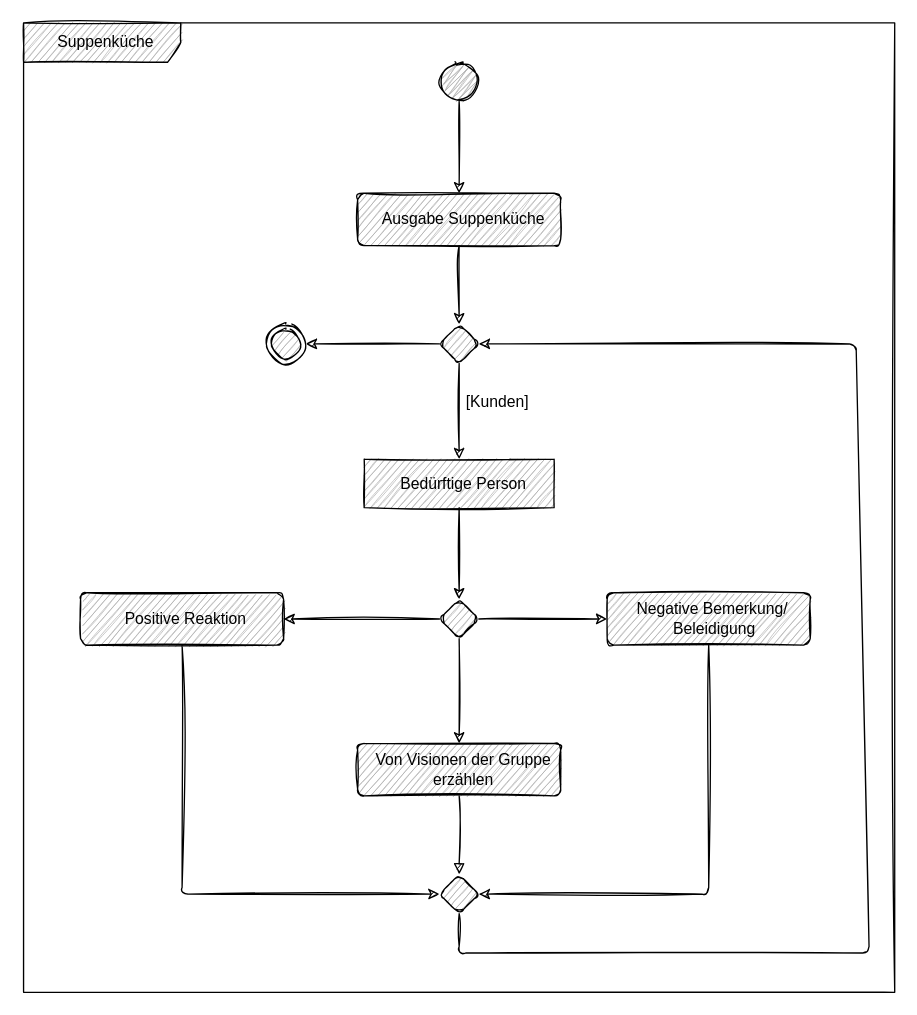
The draw.io diagram page "Task - Suppenküche" (5 of 10) of doc/game design/Basic-Gameplay.drawio in qogoist/rise_of_ravens, before the edit. Source tidied: cells renumbered, new cells numbered last; positions are measured from the earlier drawing's top-left corner, leaving out a move shared by most shapes. Both pictures are drawn from the tidied source at 131%, with x=0, y=0 at pixel (22, 22).
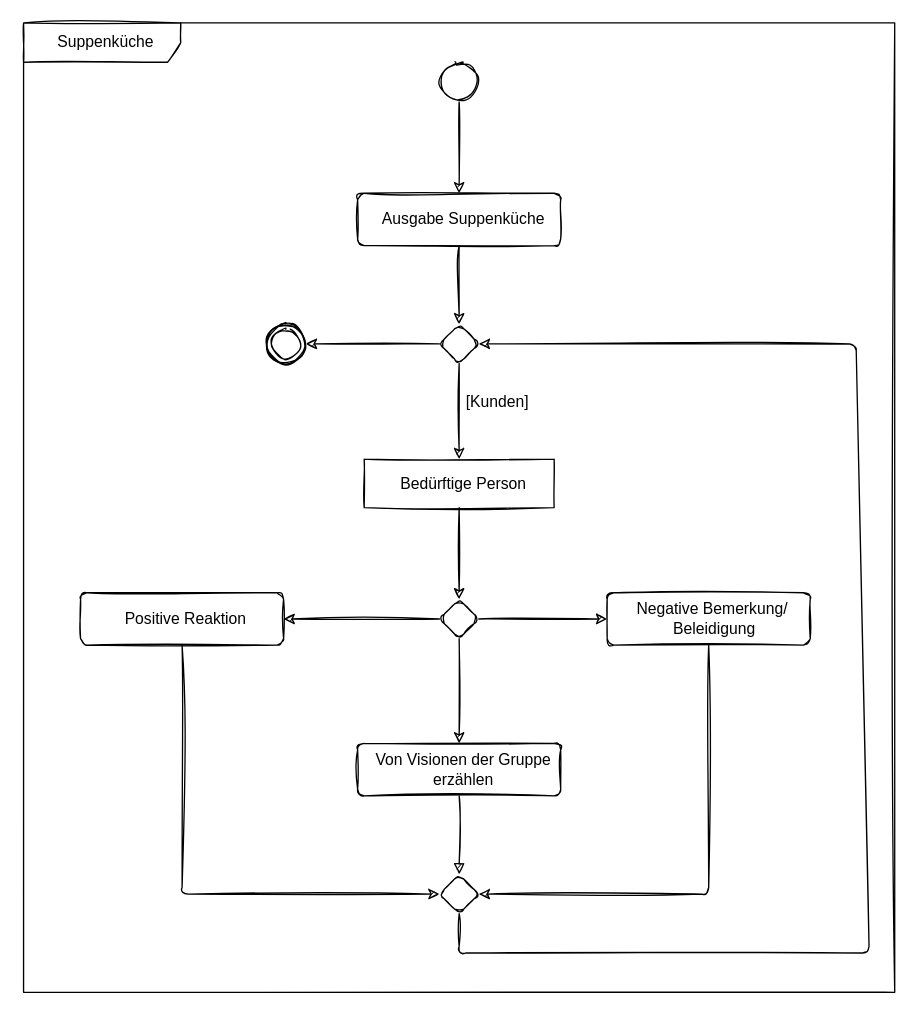
After the change.

Diff of the diagram source:
```diff
@@
-    <mxCell id="2" value="Suppenküche" style="shape=umlFrame;whiteSpace=wrap;html=1;width=120;height=30;boundedLbl=1;verticalAlign=middle;align=center;spacingLeft=5;fillColor=#ABABAB;sketch=1;shadow=0;rounded=1;dashed=0;arcSize=10;strokeColor=#000000;fontColor=#000000;" parent="1" vertex="1">
+    <mxCell id="2" value="Suppenküche" style="shape=umlFrame;whiteSpace=wrap;html=1;width=120;height=30;boundedLbl=1;verticalAlign=middle;align=center;spacingLeft=5;fillColor=none;sketch=1;shadow=0;rounded=1;dashed=0;arcSize=10;strokeColor=#000000;fontColor=#000000;" parent="1" vertex="1">
       <mxGeometry x="0.5" width="665" height="740" as="geometry" />
     </mxCell>
@@
-    <mxCell id="4" style="ellipse;sketch=1;shadow=0;fillStyle=zigzag;fillColor=#ABABAB;strokeColor=#000000;fontColor=#000000;rounded=1;dashed=0;arcSize=10;spacingLeft=5;" parent="1" vertex="1">
+    <mxCell id="4" style="ellipse;sketch=1;shadow=0;fillStyle=auto;fillColor=default;strokeColor=#000000;fontColor=#000000;rounded=1;dashed=0;arcSize=10;spacingLeft=5;" parent="1" vertex="1">
       <mxGeometry x="318" y="30" width="30" height="30" as="geometry" />
     </mxCell>
@@
-    <mxCell id="6" value="Ausgabe Suppenküche" style="html=1;align=center;verticalAlign=middle;rounded=1;absoluteArcSize=1;arcSize=10;dashed=0;sketch=1;shadow=0;fillColor=#ABABAB;strokeColor=#000000;fontColor=#000000;spacingLeft=5;" parent="1" vertex="1">
+    <mxCell id="6" value="Ausgabe Suppenküche" style="html=1;align=center;verticalAlign=middle;rounded=1;absoluteArcSize=1;arcSize=10;dashed=0;sketch=1;shadow=0;fillColor=none;strokeColor=#000000;fontColor=#000000;spacingLeft=5;" parent="1" vertex="1">
       <mxGeometry x="255.5" y="130" width="155" height="40" as="geometry" />
     </mxCell>
@@
-    <mxCell id="9" style="rhombus;rounded=1;shadow=0;dashed=0;sketch=1;strokeColor=#000000;fillColor=#ABABAB;verticalAlign=middle;fontColor=#000000;arcSize=10;spacingLeft=5;" parent="1" vertex="1">
+    <mxCell id="9" style="rhombus;rounded=1;shadow=0;dashed=0;sketch=1;strokeColor=#000000;fillColor=none;verticalAlign=middle;fontColor=#000000;arcSize=10;spacingLeft=5;" parent="1" vertex="1">
       <mxGeometry x="318" y="230" width="30" height="30" as="geometry" />
     </mxCell>
@@
-    <mxCell id="15" style="rhombus;rounded=1;shadow=0;dashed=0;sketch=1;strokeColor=#000000;fillColor=#ABABAB;verticalAlign=middle;fontColor=#000000;arcSize=10;spacingLeft=5;" parent="1" vertex="1">
+    <mxCell id="15" style="rhombus;rounded=1;shadow=0;dashed=0;sketch=1;strokeColor=#000000;fillColor=none;verticalAlign=middle;fontColor=#000000;arcSize=10;spacingLeft=5;" parent="1" vertex="1">
       <mxGeometry x="318" y="440" width="30" height="30" as="geometry" />
     </mxCell>
@@
-    <mxCell id="18" style="rhombus;rounded=1;shadow=0;dashed=0;sketch=1;strokeColor=#000000;fillColor=#ABABAB;verticalAlign=middle;fontColor=#000000;arcSize=10;spacingLeft=5;" parent="1" vertex="1">
+    <mxCell id="18" style="rhombus;rounded=1;shadow=0;dashed=0;sketch=1;strokeColor=#000000;fillColor=none;verticalAlign=middle;fontColor=#000000;arcSize=10;spacingLeft=5;" parent="1" vertex="1">
       <mxGeometry x="318" y="650" width="30" height="30" as="geometry" />
     </mxCell>
-    <mxCell id="19" style="ellipse;html=1;shape=endState;fillColor=#ABABAB;strokeColor=#000000;sketch=1;shadow=0;rounded=1;dashed=0;arcSize=10;fontColor=#000000;spacingLeft=5;" parent="1" vertex="1">
+    <mxCell id="19" style="ellipse;html=1;shape=endState;fillColor=default;strokeColor=#000000;sketch=1;shadow=0;rounded=1;dashed=0;arcSize=10;fontColor=#000000;spacingLeft=5;" parent="1" vertex="1">
       <mxGeometry x="186" y="230" width="30" height="30" as="geometry" />
     </mxCell>
@@
-    <mxCell id="21" value="Bedürftige Person" style="html=1;align=center;verticalAlign=middle;rounded=0;absoluteArcSize=1;arcSize=10;dashed=0;fontColor=#000000;fillColor=#ABABAB;strokeColor=#000000;sketch=1;shadow=0;spacingLeft=5;" parent="1" vertex="1">
+    <mxCell id="21" value="Bedürftige Person" style="html=1;align=center;verticalAlign=middle;rounded=0;absoluteArcSize=1;arcSize=10;dashed=0;fontColor=#000000;fillColor=none;strokeColor=#000000;sketch=1;shadow=0;spacingLeft=5;" parent="1" vertex="1">
       <mxGeometry x="260.5" y="333" width="145" height="37" as="geometry" />
     </mxCell>
-    <mxCell id="22" value="Positive Reaktion" style="html=1;align=center;verticalAlign=middle;rounded=1;absoluteArcSize=1;arcSize=10;dashed=0;sketch=1;shadow=0;fillColor=#ABABAB;strokeColor=#000000;fontColor=#000000;spacingLeft=5;" parent="1" vertex="1">
+    <mxCell id="22" value="Positive Reaktion" style="html=1;align=center;verticalAlign=middle;rounded=1;absoluteArcSize=1;arcSize=10;dashed=0;sketch=1;shadow=0;fillColor=none;strokeColor=#000000;fontColor=#000000;spacingLeft=5;" parent="1" vertex="1">
       <mxGeometry x="44" y="435" width="155" height="40" as="geometry" />
     </mxCell>
-    <mxCell id="23" value="Negative Bemerkung/&lt;br style=&quot;padding: 0px ; margin: 0px&quot;&gt;&amp;nbsp;Beleidigung" style="html=1;align=center;verticalAlign=middle;rounded=1;absoluteArcSize=1;arcSize=10;dashed=0;sketch=1;shadow=0;fillColor=#ABABAB;strokeColor=#000000;fontColor=#000000;spacingLeft=5;" parent="1" vertex="1">
+    <mxCell id="23" value="Negative Bemerkung/&lt;br style=&quot;padding: 0px ; margin: 0px&quot;&gt;&amp;nbsp;Beleidigung" style="html=1;align=center;verticalAlign=middle;rounded=1;absoluteArcSize=1;arcSize=10;dashed=0;sketch=1;shadow=0;fillColor=none;strokeColor=#000000;fontColor=#000000;spacingLeft=5;" parent="1" vertex="1">
       <mxGeometry x="446" y="435" width="155" height="40" as="geometry" />
     </mxCell>
@@
-    <mxCell id="25" value="Von Visionen der Gruppe&lt;br style=&quot;padding: 0px ; margin: 0px&quot;&gt;erzählen" style="html=1;align=center;verticalAlign=middle;rounded=1;absoluteArcSize=1;arcSize=10;dashed=0;sketch=1;shadow=0;fillColor=#ABABAB;strokeColor=#000000;fontColor=#000000;spacingLeft=5;" parent="1" vertex="1">
+    <mxCell id="25" value="Von Visionen der Gruppe&lt;br style=&quot;padding: 0px ; margin: 0px&quot;&gt;erzählen" style="html=1;align=center;verticalAlign=middle;rounded=1;absoluteArcSize=1;arcSize=10;dashed=0;sketch=1;shadow=0;fillColor=none;strokeColor=#000000;fontColor=#000000;spacingLeft=5;" parent="1" vertex="1">
       <mxGeometry x="255.5" y="550" width="155" height="40" as="geometry" />
     </mxCell>
```
